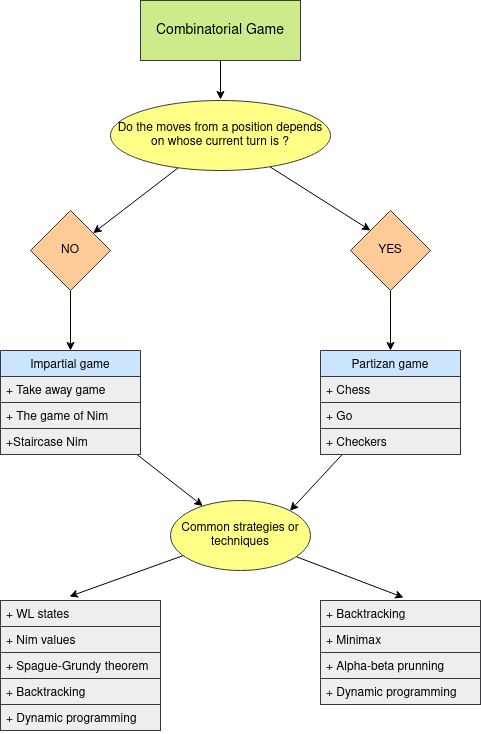
The draw.io diagram web/images/class-13/game-theory-classification.png in CPC-UTEC/blog, before a commit. Source tidied: cells renumbered, new cells last; positions are measured from the earlier drawing's top-left corner, leaving out a move shared by most shapes. Source of this version:
```xml
<mxGraphModel>
  <root>
    <mxCell id="0" />
    <mxCell id="1" parent="0" />
    <mxCell id="2" style="rounded=0;jettySize=auto;html=1;" parent="1" edge="1" source="3">
      <mxGeometry relative="1" as="geometry">
        <mxPoint x="220" y="99" as="targetPoint" />
      </mxGeometry>
    </mxCell>
    <mxCell id="3" value="&lt;font style=&quot;font-size: 14px&quot;&gt;Combinatorial Game&lt;/font&gt;" style="rounded=0;whiteSpace=wrap;html=1;fillColor=#cdeb8b;strokeColor=#36393d;" parent="1" vertex="1">
      <mxGeometry x="140" width="160" height="60" as="geometry" />
    </mxCell>
    <mxCell id="4" style="edgeStyle=none;rounded=0;jettySize=auto;html=1;" parent="1" edge="1" source="6" target="10">
      <mxGeometry relative="1" as="geometry" />
    </mxCell>
    <mxCell id="5" style="edgeStyle=none;rounded=0;jettySize=auto;html=1;entryX=0;entryY=0;entryDx=0;entryDy=0;" parent="1" edge="1" source="6" target="8">
      <mxGeometry relative="1" as="geometry" />
    </mxCell>
    <mxCell id="6" value="&lt;font style=&quot;font-size: 12px&quot;&gt;Do the moves from a position depends on whose current turn is ?&lt;/font&gt;" style="ellipse;whiteSpace=wrap;html=1;fillColor=#ffff88;strokeColor=#36393d;" parent="1" vertex="1">
      <mxGeometry x="110" y="100" width="220" height="70" as="geometry" />
    </mxCell>
    <mxCell id="7" style="edgeStyle=none;rounded=0;jettySize=auto;html=1;entryX=0.5;entryY=0;entryDx=0;entryDy=0;" parent="1" edge="1" source="8" target="17">
      <mxGeometry relative="1" as="geometry" />
    </mxCell>
    <mxCell id="8" value="YES" style="rhombus;whiteSpace=wrap;html=1;fillColor=#ffcc99;strokeColor=#36393d;" parent="1" vertex="1">
      <mxGeometry x="350" y="210" width="80" height="80" as="geometry" />
    </mxCell>
    <mxCell id="9" style="edgeStyle=none;rounded=0;jettySize=auto;html=1;entryX=0.5;entryY=0;entryDx=0;entryDy=0;" parent="1" edge="1" source="10" target="12">
      <mxGeometry relative="1" as="geometry" />
    </mxCell>
    <mxCell id="10" value="NO" style="rhombus;whiteSpace=wrap;html=1;fillColor=#ffcc99;strokeColor=#36393d;" parent="1" vertex="1">
      <mxGeometry x="30" y="210" width="80" height="80" as="geometry" />
    </mxCell>
    <mxCell id="11" style="edgeStyle=none;rounded=0;jettySize=auto;html=1;" parent="1" edge="1" source="12" target="24">
      <mxGeometry relative="1" as="geometry" />
    </mxCell>
    <mxCell id="12" value="Impartial game" style="swimlane;fontStyle=0;horizontal=1;startSize=26;fillColor=#cce5ff;strokeColor=#36393d;" parent="1" vertex="1">
      <mxGeometry y="350" width="140" height="104" as="geometry" />
    </mxCell>
    <mxCell id="13" value="+ Take away game" style="text;strokeColor=#36393d;fillColor=#eeeeee;align=left;verticalAlign=top;spacingLeft=4;spacingRight=4;overflow=hidden;" parent="12" vertex="1">
      <mxGeometry y="26" width="140" height="26" as="geometry" />
    </mxCell>
    <mxCell id="14" value="+ The game of Nim" style="text;strokeColor=#36393d;fillColor=#eeeeee;align=left;verticalAlign=top;spacingLeft=4;spacingRight=4;overflow=hidden;" parent="12" vertex="1">
      <mxGeometry y="52" width="140" height="26" as="geometry" />
    </mxCell>
    <mxCell id="15" value="+Staircase Nim" style="text;strokeColor=#36393d;fillColor=#eeeeee;align=left;verticalAlign=top;spacingLeft=4;spacingRight=4;overflow=hidden;" parent="12" vertex="1">
      <mxGeometry y="78" width="140" height="26" as="geometry" />
    </mxCell>
    <mxCell id="16" style="edgeStyle=none;rounded=0;jettySize=auto;html=1;entryX=1;entryY=0;entryDx=0;entryDy=0;" parent="1" edge="1" source="17" target="24">
      <mxGeometry relative="1" as="geometry" />
    </mxCell>
    <mxCell id="17" value="Partizan game" style="swimlane;fontStyle=0;horizontal=1;startSize=26;fillColor=#cce5ff;strokeColor=#36393d;" parent="1" vertex="1">
      <mxGeometry x="320" y="350" width="140" height="104" as="geometry" />
    </mxCell>
    <mxCell id="18" value="+ Chess" style="text;strokeColor=#36393d;fillColor=#eeeeee;align=left;verticalAlign=top;spacingLeft=4;spacingRight=4;overflow=hidden;" parent="17" vertex="1">
      <mxGeometry y="26" width="140" height="26" as="geometry" />
    </mxCell>
    <mxCell id="19" value="+ Go" style="text;strokeColor=#36393d;fillColor=#eeeeee;align=left;verticalAlign=top;spacingLeft=4;spacingRight=4;overflow=hidden;" parent="17" vertex="1">
      <mxGeometry y="52" width="140" height="26" as="geometry" />
    </mxCell>
    <mxCell id="20" value="+ Checkers" style="text;strokeColor=#36393d;fillColor=#eeeeee;align=left;verticalAlign=top;spacingLeft=4;spacingRight=4;overflow=hidden;" parent="17" vertex="1">
      <mxGeometry y="78" width="140" height="26" as="geometry" />
    </mxCell>
    <mxCell id="21" style="edgeStyle=none;rounded=0;orthogonalLoop=1;jettySize=auto;html=1;exitX=0.5;exitY=0;exitDx=0;exitDy=0;" parent="1" edge="1" source="17" target="17">
      <mxGeometry relative="1" as="geometry" />
    </mxCell>
    <mxCell id="22" style="edgeStyle=none;rounded=0;jettySize=auto;html=1;entryX=0.519;entryY=-0.115;entryDx=0;entryDy=0;entryPerimeter=0;" parent="1" edge="1" source="24" target="32">
      <mxGeometry relative="1" as="geometry" />
    </mxCell>
    <mxCell id="23" style="edgeStyle=none;rounded=0;jettySize=auto;html=1;entryX=0.431;entryY=-0.154;entryDx=0;entryDy=0;entryPerimeter=0;" parent="1" edge="1" source="24" target="26">
      <mxGeometry relative="1" as="geometry" />
    </mxCell>
    <mxCell id="24" value="Common strategies or techniques" style="ellipse;whiteSpace=wrap;html=1;fillColor=#ffff88;strokeColor=#36393d;" parent="1" vertex="1">
      <mxGeometry x="170" y="500" width="140" height="70" as="geometry" />
    </mxCell>
    <mxCell id="25" style="swimlane;fontStyle=0;horizontal=1;startSize=0;fillColor=none;" parent="1" vertex="1">
      <mxGeometry y="600" width="160" height="130" as="geometry" />
    </mxCell>
    <mxCell id="26" value="+ WL states" style="text;strokeColor=#36393d;fillColor=#eeeeee;align=left;verticalAlign=top;spacingLeft=4;spacingRight=4;overflow=hidden;points=[[0,0.5],[1,0.5]];portConstraint=eastwest;" parent="25" vertex="1">
      <mxGeometry width="160" height="26" as="geometry" />
    </mxCell>
    <mxCell id="27" value="+ Nim values" style="text;strokeColor=#36393d;fillColor=#eeeeee;align=left;verticalAlign=top;spacingLeft=4;spacingRight=4;overflow=hidden;" parent="25" vertex="1">
      <mxGeometry y="26" width="160" height="26" as="geometry" />
    </mxCell>
    <mxCell id="28" value="+ Spague-Grundy theorem" style="text;strokeColor=#36393d;fillColor=#eeeeee;align=left;verticalAlign=top;spacingLeft=4;spacingRight=4;overflow=hidden;" parent="25" vertex="1">
      <mxGeometry y="52" width="160" height="26" as="geometry" />
    </mxCell>
    <mxCell id="29" value="+ Backtracking" style="text;strokeColor=#36393d;fillColor=#eeeeee;align=left;verticalAlign=top;spacingLeft=4;spacingRight=4;overflow=hidden;" parent="25" vertex="1">
      <mxGeometry y="78" width="160" height="26" as="geometry" />
    </mxCell>
    <mxCell id="30" value="+ Dynamic programming" style="text;strokeColor=#36393d;fillColor=#eeeeee;align=left;verticalAlign=top;spacingLeft=4;spacingRight=4;overflow=hidden;" parent="25" vertex="1">
      <mxGeometry y="104" width="160" height="26" as="geometry" />
    </mxCell>
    <mxCell id="31" style="swimlane;fontStyle=0;horizontal=1;startSize=0;fillColor=none;" parent="1" vertex="1">
      <mxGeometry x="320" y="600" width="160" height="104" as="geometry" />
    </mxCell>
    <mxCell id="32" value="+ Backtracking" style="text;strokeColor=#36393d;fillColor=#eeeeee;align=left;verticalAlign=top;spacingLeft=4;spacingRight=4;overflow=hidden;points=[[0,0.5],[1,0.5]];portConstraint=eastwest;" parent="31" vertex="1">
      <mxGeometry width="160" height="26" as="geometry" />
    </mxCell>
    <mxCell id="33" value="+ Minimax" style="text;strokeColor=#36393d;fillColor=#eeeeee;align=left;verticalAlign=top;spacingLeft=4;spacingRight=4;overflow=hidden;" parent="31" vertex="1">
      <mxGeometry y="26" width="160" height="26" as="geometry" />
    </mxCell>
    <mxCell id="34" value="+ Alpha-beta prunning" style="text;strokeColor=#36393d;fillColor=#eeeeee;align=left;verticalAlign=top;spacingLeft=4;spacingRight=4;overflow=hidden;" parent="31" vertex="1">
      <mxGeometry y="52" width="160" height="26" as="geometry" />
    </mxCell>
    <mxCell id="35" value="+ Dynamic programming" style="text;strokeColor=#36393d;fillColor=#eeeeee;align=left;verticalAlign=top;spacingLeft=4;spacingRight=4;overflow=hidden;" parent="31" vertex="1">
      <mxGeometry y="78" width="160" height="26" as="geometry" />
    </mxCell>
  </root>
</mxGraphModel>
```
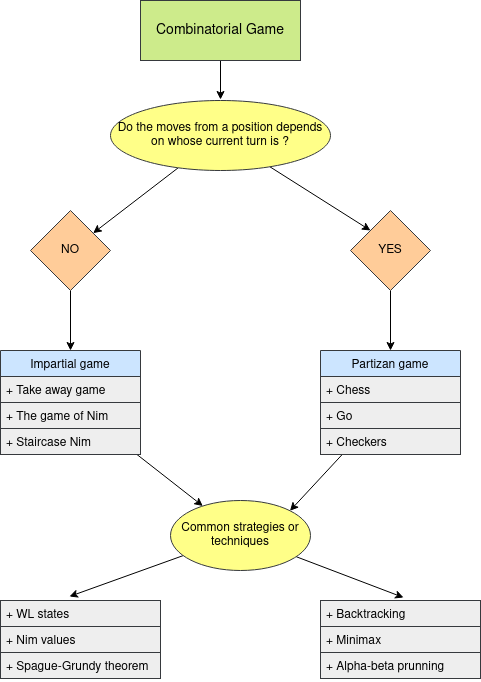
After the commit.

What changed in the source:
```diff
@@ -43,7 +43,7 @@
     <mxCell id="14" value="+ The game of Nim" style="text;strokeColor=#36393d;fillColor=#eeeeee;align=left;verticalAlign=top;spacingLeft=4;spacingRight=4;overflow=hidden;" parent="12" vertex="1">
       <mxGeometry y="52" width="140" height="26" as="geometry" />
     </mxCell>
-    <mxCell id="15" value="+Staircase Nim" style="text;strokeColor=#36393d;fillColor=#eeeeee;align=left;verticalAlign=top;spacingLeft=4;spacingRight=4;overflow=hidden;" parent="12" vertex="1">
+    <mxCell id="15" value="+ Staircase Nim" style="text;strokeColor=#36393d;fillColor=#eeeeee;align=left;verticalAlign=top;spacingLeft=4;spacingRight=4;overflow=hidden;" parent="12" vertex="1">
       <mxGeometry y="78" width="140" height="26" as="geometry" />
     </mxCell>
     <mxCell id="16" style="edgeStyle=none;rounded=0;jettySize=auto;html=1;entryX=1;entryY=0;entryDx=0;entryDy=0;" parent="1" edge="1" source="17" target="24">
@@ -74,7 +74,7 @@
       <mxGeometry x="170" y="500" width="140" height="70" as="geometry" />
     </mxCell>
     <mxCell id="25" style="swimlane;fontStyle=0;horizontal=1;startSize=0;fillColor=none;" parent="1" vertex="1">
-      <mxGeometry y="600" width="160" height="130" as="geometry" />
+      <mxGeometry y="600" width="160" height="78" as="geometry" />
     </mxCell>
     <mxCell id="26" value="+ WL states" style="text;strokeColor=#36393d;fillColor=#eeeeee;align=left;verticalAlign=top;spacingLeft=4;spacingRight=4;overflow=hidden;points=[[0,0.5],[1,0.5]];portConstraint=eastwest;" parent="25" vertex="1">
       <mxGeometry width="160" height="26" as="geometry" />
@@ -85,14 +85,8 @@
     <mxCell id="28" value="+ Spague-Grundy theorem" style="text;strokeColor=#36393d;fillColor=#eeeeee;align=left;verticalAlign=top;spacingLeft=4;spacingRight=4;overflow=hidden;" parent="25" vertex="1">
       <mxGeometry y="52" width="160" height="26" as="geometry" />
     </mxCell>
-    <mxCell id="29" value="+ Backtracking" style="text;strokeColor=#36393d;fillColor=#eeeeee;align=left;verticalAlign=top;spacingLeft=4;spacingRight=4;overflow=hidden;" parent="25" vertex="1">
-      <mxGeometry y="78" width="160" height="26" as="geometry" />
-    </mxCell>
-    <mxCell id="30" value="+ Dynamic programming" style="text;strokeColor=#36393d;fillColor=#eeeeee;align=left;verticalAlign=top;spacingLeft=4;spacingRight=4;overflow=hidden;" parent="25" vertex="1">
-      <mxGeometry y="104" width="160" height="26" as="geometry" />
-    </mxCell>
     <mxCell id="31" style="swimlane;fontStyle=0;horizontal=1;startSize=0;fillColor=none;" parent="1" vertex="1">
-      <mxGeometry x="320" y="600" width="160" height="104" as="geometry" />
+      <mxGeometry x="320" y="600" width="160" height="78" as="geometry" />
     </mxCell>
     <mxCell id="32" value="+ Backtracking" style="text;strokeColor=#36393d;fillColor=#eeeeee;align=left;verticalAlign=top;spacingLeft=4;spacingRight=4;overflow=hidden;points=[[0,0.5],[1,0.5]];portConstraint=eastwest;" parent="31" vertex="1">
       <mxGeometry width="160" height="26" as="geometry" />
@@ -103,8 +97,5 @@
     <mxCell id="34" value="+ Alpha-beta prunning" style="text;strokeColor=#36393d;fillColor=#eeeeee;align=left;verticalAlign=top;spacingLeft=4;spacingRight=4;overflow=hidden;" parent="31" vertex="1">
       <mxGeometry y="52" width="160" height="26" as="geometry" />
     </mxCell>
-    <mxCell id="35" value="+ Dynamic programming" style="text;strokeColor=#36393d;fillColor=#eeeeee;align=left;verticalAlign=top;spacingLeft=4;spacingRight=4;overflow=hidden;" parent="31" vertex="1">
-      <mxGeometry y="78" width="160" height="26" as="geometry" />
-    </mxCell>
   </root>
 </mxGraphModel>
```
